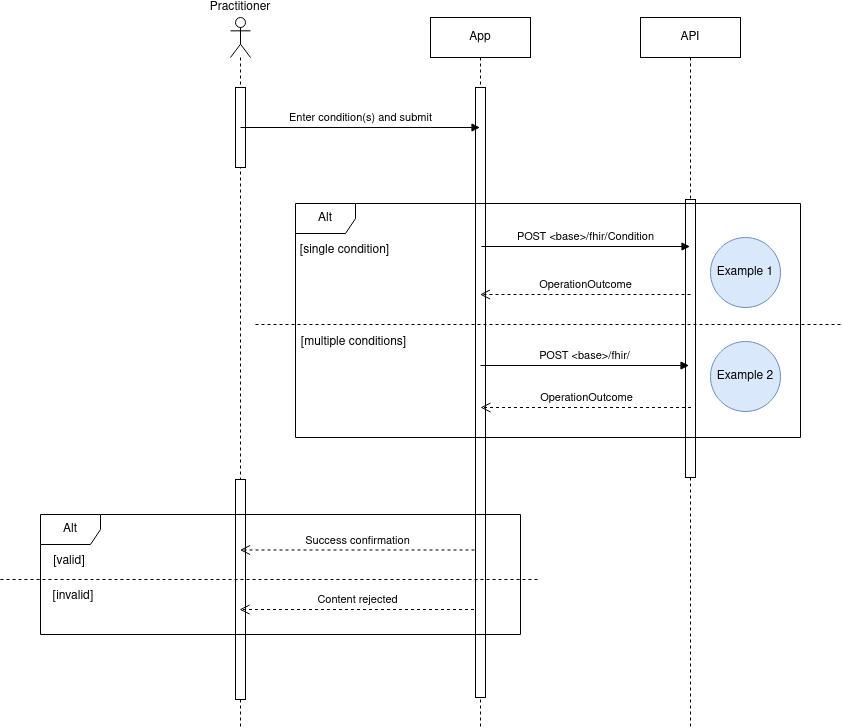
Earlier version of the draw.io export input/images/condition-recorded-sequence.drawio.png (NHSDigital/ra-sandbox). Source tidied: cells renumbered, new cells last; positions are measured from the earlier drawing's top-left corner, leaving out a move shared by most shapes. Source of this version:
```xml
<mxGraphModel>
  <root>
    <mxCell id="0" />
    <mxCell id="1" parent="0" />
    <mxCell id="2" value="App" style="shape=umlLifeline;perimeter=lifelinePerimeter;whiteSpace=wrap;html=1;outlineConnect=0;portConstraint=eastwest;newEdgeStyle={&quot;edgeStyle&quot;:&quot;elbowEdgeStyle&quot;,&quot;elbow&quot;:&quot;vertical&quot;,&quot;curved&quot;:0,&quot;rounded&quot;:0};" parent="1" vertex="1">
      <mxGeometry x="430" width="100" height="710" as="geometry" />
    </mxCell>
    <mxCell id="3" style="html=1;perimeter=orthogonalPerimeter;targetShapes=umlLifeline;newEdgeStyle={&quot;curved&quot;:0,&quot;rounded&quot;:0};" parent="2" vertex="1">
      <mxGeometry x="45" y="70" width="10" height="610" as="geometry" />
    </mxCell>
    <mxCell id="4" value="API" style="shape=umlLifeline;perimeter=lifelinePerimeter;whiteSpace=wrap;html=1;newEdgeStyle={&quot;edgeStyle&quot;:&quot;elbowEdgeStyle&quot;,&quot;elbow&quot;:&quot;vertical&quot;,&quot;curved&quot;:0,&quot;rounded&quot;:0};" parent="1" vertex="1">
      <mxGeometry x="640" width="100" height="710" as="geometry" />
    </mxCell>
    <mxCell id="5" style="html=1;points=[[0,0,0,0,5],[0,1,0,0,-5],[1,0,0,0,5],[1,1,0,0,-5]];perimeter=orthogonalPerimeter;outlineConnect=0;targetShapes=umlLifeline;portConstraint=eastwest;newEdgeStyle={&quot;curved&quot;:0,&quot;rounded&quot;:0};" parent="4" vertex="1">
      <mxGeometry x="45" y="182" width="10" height="278" as="geometry" />
    </mxCell>
    <mxCell id="6" value="Practitioner" style="shape=umlLifeline;perimeter=lifelinePerimeter;whiteSpace=wrap;html=1;newEdgeStyle={&quot;curved&quot;:0,&quot;rounded&quot;:0};participant=umlActor;labelPosition=center;verticalLabelPosition=top;align=center;verticalAlign=bottom;" parent="1" vertex="1">
      <mxGeometry x="230" width="20" height="710" as="geometry" />
    </mxCell>
    <mxCell id="7" style="html=1;perimeter=orthogonalPerimeter;targetShapes=umlLifeline;newEdgeStyle={&quot;curved&quot;:0,&quot;rounded&quot;:0};" parent="6" vertex="1">
      <mxGeometry x="5" y="70" width="10" height="80" as="geometry" />
    </mxCell>
    <mxCell id="8" style="html=1;perimeter=orthogonalPerimeter;targetShapes=umlLifeline;newEdgeStyle={&quot;curved&quot;:0,&quot;rounded&quot;:0};" parent="6" vertex="1">
      <mxGeometry x="5" y="462" width="10" height="220" as="geometry" />
    </mxCell>
    <mxCell id="9" value="Enter condition(s) and submit" style="html=1;verticalAlign=bottom;endArrow=block;curved=0;rounded=0;" parent="1" edge="1" target="2">
      <mxGeometry relative="1" as="geometry">
        <mxPoint x="240" y="110" as="sourcePoint" />
      </mxGeometry>
    </mxCell>
    <mxCell id="10" value="POST &amp;lt;base&amp;gt;/fhir/Condition" style="html=1;verticalAlign=bottom;endArrow=block;curved=0;rounded=0;" parent="1" edge="1">
      <mxGeometry relative="1" as="geometry">
        <mxPoint x="481" y="229" as="sourcePoint" />
        <mxPoint x="689.5" y="229" as="targetPoint" />
      </mxGeometry>
    </mxCell>
    <mxCell id="11" value="OperationOutcome" style="html=1;verticalAlign=bottom;endArrow=open;dashed=1;endSize=8;curved=0;rounded=0;" parent="1" edge="1">
      <mxGeometry relative="1" as="geometry">
        <mxPoint x="690" y="277" as="sourcePoint" />
        <mxPoint x="479.5" y="277" as="targetPoint" />
      </mxGeometry>
    </mxCell>
    <mxCell id="12" value="Success confirmation" style="html=1;verticalAlign=bottom;endArrow=open;dashed=1;endSize=8;curved=0;rounded=0;" parent="1" edge="1">
      <mxGeometry relative="1" as="geometry">
        <mxPoint x="474" y="532.5" as="sourcePoint" />
        <mxPoint x="239.5" y="532.5" as="targetPoint" />
      </mxGeometry>
    </mxCell>
    <mxCell id="13" value="Alt" style="shape=umlFrame;whiteSpace=wrap;html=1;" parent="1" vertex="1">
      <mxGeometry x="40" y="497" width="480" height="120" as="geometry" />
    </mxCell>
    <mxCell id="14" style="endArrow=none;dashed=1;html=1;rounded=0;" parent="1" edge="1">
      <mxGeometry relative="1" as="geometry">
        <mxPoint y="562" as="sourcePoint" />
        <mxPoint x="540" y="562" as="targetPoint" />
      </mxGeometry>
    </mxCell>
    <mxCell id="15" value="Content rejected" style="html=1;verticalAlign=bottom;endArrow=open;dashed=1;endSize=8;curved=0;rounded=0;" parent="1" edge="1">
      <mxGeometry relative="1" as="geometry">
        <mxPoint x="473.5" y="592" as="sourcePoint" />
        <mxPoint x="239" y="592" as="targetPoint" />
      </mxGeometry>
    </mxCell>
    <mxCell id="16" value="[valid]" style="text;html=1;strokeColor=none;fillColor=none;align=center;verticalAlign=middle;whiteSpace=wrap;rounded=0;" parent="1" vertex="1">
      <mxGeometry x="39" y="529" width="60" height="30" as="geometry" />
    </mxCell>
    <mxCell id="17" value="[invalid]" style="text;html=1;strokeColor=none;fillColor=none;align=center;verticalAlign=middle;whiteSpace=wrap;rounded=0;" parent="1" vertex="1">
      <mxGeometry x="43" y="564" width="60" height="30" as="geometry" />
    </mxCell>
    <mxCell id="18" value="Alt" style="shape=umlFrame;whiteSpace=wrap;html=1;" parent="1" vertex="1">
      <mxGeometry x="295" y="186" width="505" height="234" as="geometry" />
    </mxCell>
    <mxCell id="19" style="endArrow=none;dashed=1;html=1;rounded=0;" parent="1" edge="1">
      <mxGeometry relative="1" as="geometry">
        <mxPoint x="255" y="307" as="sourcePoint" />
        <mxPoint x="840" y="307" as="targetPoint" />
      </mxGeometry>
    </mxCell>
    <mxCell id="20" value="[single condition]" style="text;html=1;strokeColor=none;fillColor=none;align=center;verticalAlign=middle;whiteSpace=wrap;rounded=0;" parent="1" vertex="1">
      <mxGeometry x="294" y="218" width="101" height="30" as="geometry" />
    </mxCell>
    <mxCell id="21" value="[multiple conditions]" style="text;html=1;strokeColor=none;fillColor=none;align=center;verticalAlign=middle;whiteSpace=wrap;rounded=0;" parent="1" vertex="1">
      <mxGeometry x="295" y="310" width="117" height="30" as="geometry" />
    </mxCell>
    <mxCell id="22" value="POST &amp;lt;base&amp;gt;/fhir/" style="html=1;verticalAlign=bottom;endArrow=block;curved=0;rounded=0;" parent="1" edge="1">
      <mxGeometry relative="1" as="geometry">
        <mxPoint x="480" y="348" as="sourcePoint" />
        <mxPoint x="688.5" y="348" as="targetPoint" />
      </mxGeometry>
    </mxCell>
    <mxCell id="23" value="OperationOutcome" style="html=1;verticalAlign=bottom;endArrow=open;dashed=1;endSize=8;curved=0;rounded=0;" parent="1" edge="1">
      <mxGeometry relative="1" as="geometry">
        <mxPoint x="690.5" y="390" as="sourcePoint" />
        <mxPoint x="480" y="390" as="targetPoint" />
      </mxGeometry>
    </mxCell>
    <mxCell id="24" value="Example 1" style="ellipse;whiteSpace=wrap;html=1;fillColor=#dae8fc;strokeColor=#6c8ebf;" parent="1" vertex="1">
      <mxGeometry x="710" y="220" width="70" height="70" as="geometry" />
    </mxCell>
    <mxCell id="25" value="Example 2" style="ellipse;whiteSpace=wrap;html=1;fillColor=#dae8fc;strokeColor=#6c8ebf;" parent="1" vertex="1">
      <mxGeometry x="710" y="324" width="70" height="70" as="geometry" />
    </mxCell>
  </root>
</mxGraphModel>
```
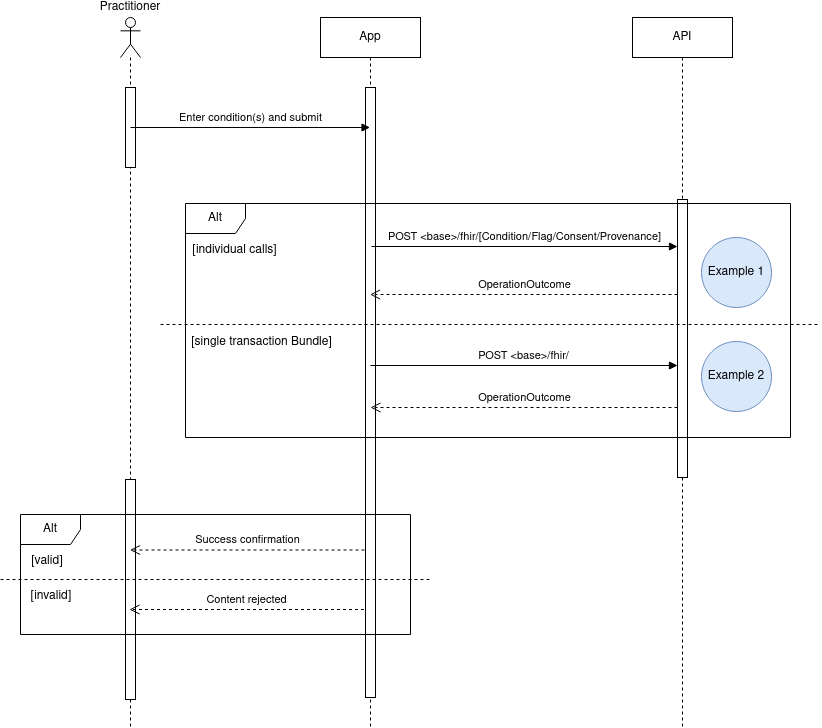
Later version of the same file.

What changed in the source:
```diff
@@ -9,7 +9,7 @@
       <mxGeometry x="45" y="70" width="10" height="610" as="geometry" />
     </mxCell>
     <mxCell id="4" value="API" style="shape=umlLifeline;perimeter=lifelinePerimeter;whiteSpace=wrap;html=1;newEdgeStyle={&quot;edgeStyle&quot;:&quot;elbowEdgeStyle&quot;,&quot;elbow&quot;:&quot;vertical&quot;,&quot;curved&quot;:0,&quot;rounded&quot;:0};" parent="1" vertex="1">
-      <mxGeometry x="640" width="100" height="710" as="geometry" />
+      <mxGeometry x="742" width="100" height="710" as="geometry" />
     </mxCell>
     <mxCell id="5" style="html=1;points=[[0,0,0,0,5],[0,1,0,0,-5],[1,0,0,0,5],[1,1,0,0,-5]];perimeter=orthogonalPerimeter;outlineConnect=0;targetShapes=umlLifeline;portConstraint=eastwest;newEdgeStyle={&quot;curved&quot;:0,&quot;rounded&quot;:0};" parent="4" vertex="1">
       <mxGeometry x="45" y="182" width="10" height="278" as="geometry" />
@@ -28,15 +28,13 @@
         <mxPoint x="240" y="110" as="sourcePoint" />
       </mxGeometry>
     </mxCell>
-    <mxCell id="10" value="POST &amp;lt;base&amp;gt;/fhir/Condition" style="html=1;verticalAlign=bottom;endArrow=block;curved=0;rounded=0;" parent="1" edge="1">
+    <mxCell id="10" value="POST &amp;lt;base&amp;gt;/fhir/[Condition/Flag/Consent/Provenance]" style="html=1;verticalAlign=bottom;endArrow=block;curved=0;rounded=0;" parent="1" edge="1" target="5">
       <mxGeometry relative="1" as="geometry">
         <mxPoint x="481" y="229" as="sourcePoint" />
-        <mxPoint x="689.5" y="229" as="targetPoint" />
       </mxGeometry>
     </mxCell>
-    <mxCell id="11" value="OperationOutcome" style="html=1;verticalAlign=bottom;endArrow=open;dashed=1;endSize=8;curved=0;rounded=0;" parent="1" edge="1">
+    <mxCell id="11" value="OperationOutcome" style="html=1;verticalAlign=bottom;endArrow=open;dashed=1;endSize=8;curved=0;rounded=0;" parent="1" edge="1" source="5">
       <mxGeometry relative="1" as="geometry">
-        <mxPoint x="690" y="277" as="sourcePoint" />
         <mxPoint x="479.5" y="277" as="targetPoint" />
       </mxGeometry>
     </mxCell>
@@ -47,11 +45,11 @@
       </mxGeometry>
     </mxCell>
     <mxCell id="13" value="Alt" style="shape=umlFrame;whiteSpace=wrap;html=1;" parent="1" vertex="1">
-      <mxGeometry x="40" y="497" width="480" height="120" as="geometry" />
+      <mxGeometry x="130" y="497" width="390" height="120" as="geometry" />
     </mxCell>
     <mxCell id="14" style="endArrow=none;dashed=1;html=1;rounded=0;" parent="1" edge="1">
       <mxGeometry relative="1" as="geometry">
-        <mxPoint y="562" as="sourcePoint" />
+        <mxPoint x="110" y="562" as="sourcePoint" />
         <mxPoint x="540" y="562" as="targetPoint" />
       </mxGeometry>
     </mxCell>
@@ -62,43 +60,41 @@
       </mxGeometry>
     </mxCell>
     <mxCell id="16" value="[valid]" style="text;html=1;strokeColor=none;fillColor=none;align=center;verticalAlign=middle;whiteSpace=wrap;rounded=0;" parent="1" vertex="1">
-      <mxGeometry x="39" y="529" width="60" height="30" as="geometry" />
+      <mxGeometry x="127" y="529" width="60" height="30" as="geometry" />
     </mxCell>
     <mxCell id="17" value="[invalid]" style="text;html=1;strokeColor=none;fillColor=none;align=center;verticalAlign=middle;whiteSpace=wrap;rounded=0;" parent="1" vertex="1">
-      <mxGeometry x="43" y="564" width="60" height="30" as="geometry" />
+      <mxGeometry x="131" y="564" width="60" height="30" as="geometry" />
     </mxCell>
     <mxCell id="18" value="Alt" style="shape=umlFrame;whiteSpace=wrap;html=1;" parent="1" vertex="1">
-      <mxGeometry x="295" y="186" width="505" height="234" as="geometry" />
+      <mxGeometry x="295" y="186" width="605" height="234" as="geometry" />
     </mxCell>
     <mxCell id="19" style="endArrow=none;dashed=1;html=1;rounded=0;" parent="1" edge="1">
       <mxGeometry relative="1" as="geometry">
-        <mxPoint x="255" y="307" as="sourcePoint" />
-        <mxPoint x="840" y="307" as="targetPoint" />
+        <mxPoint x="270" y="307" as="sourcePoint" />
+        <mxPoint x="930" y="307" as="targetPoint" />
       </mxGeometry>
     </mxCell>
-    <mxCell id="20" value="[single condition]" style="text;html=1;strokeColor=none;fillColor=none;align=center;verticalAlign=middle;whiteSpace=wrap;rounded=0;" parent="1" vertex="1">
+    <mxCell id="20" value="[individual calls]" style="text;html=1;strokeColor=none;fillColor=none;align=center;verticalAlign=middle;whiteSpace=wrap;rounded=0;" parent="1" vertex="1">
       <mxGeometry x="294" y="218" width="101" height="30" as="geometry" />
     </mxCell>
-    <mxCell id="21" value="[multiple conditions]" style="text;html=1;strokeColor=none;fillColor=none;align=center;verticalAlign=middle;whiteSpace=wrap;rounded=0;" parent="1" vertex="1">
-      <mxGeometry x="295" y="310" width="117" height="30" as="geometry" />
+    <mxCell id="21" value="[single transaction Bundle]" style="text;html=1;strokeColor=none;fillColor=none;align=center;verticalAlign=middle;whiteSpace=wrap;rounded=0;" parent="1" vertex="1">
+      <mxGeometry x="289" y="310" width="165" height="30" as="geometry" />
     </mxCell>
-    <mxCell id="22" value="POST &amp;lt;base&amp;gt;/fhir/" style="html=1;verticalAlign=bottom;endArrow=block;curved=0;rounded=0;" parent="1" edge="1">
+    <mxCell id="22" value="POST &amp;lt;base&amp;gt;/fhir/" style="html=1;verticalAlign=bottom;endArrow=block;curved=0;rounded=0;" parent="1" edge="1" target="5">
       <mxGeometry relative="1" as="geometry">
         <mxPoint x="480" y="348" as="sourcePoint" />
-        <mxPoint x="688.5" y="348" as="targetPoint" />
       </mxGeometry>
     </mxCell>
-    <mxCell id="23" value="OperationOutcome" style="html=1;verticalAlign=bottom;endArrow=open;dashed=1;endSize=8;curved=0;rounded=0;" parent="1" edge="1">
+    <mxCell id="23" value="OperationOutcome" style="html=1;verticalAlign=bottom;endArrow=open;dashed=1;endSize=8;curved=0;rounded=0;" parent="1" edge="1" source="5">
       <mxGeometry relative="1" as="geometry">
-        <mxPoint x="690.5" y="390" as="sourcePoint" />
         <mxPoint x="480" y="390" as="targetPoint" />
       </mxGeometry>
     </mxCell>
     <mxCell id="24" value="Example 1" style="ellipse;whiteSpace=wrap;html=1;fillColor=#dae8fc;strokeColor=#6c8ebf;" parent="1" vertex="1">
-      <mxGeometry x="710" y="220" width="70" height="70" as="geometry" />
+      <mxGeometry x="811" y="220" width="70" height="70" as="geometry" />
     </mxCell>
     <mxCell id="25" value="Example 2" style="ellipse;whiteSpace=wrap;html=1;fillColor=#dae8fc;strokeColor=#6c8ebf;" parent="1" vertex="1">
-      <mxGeometry x="710" y="324" width="70" height="70" as="geometry" />
+      <mxGeometry x="811" y="324" width="70" height="70" as="geometry" />
     </mxCell>
   </root>
 </mxGraphModel>
```
